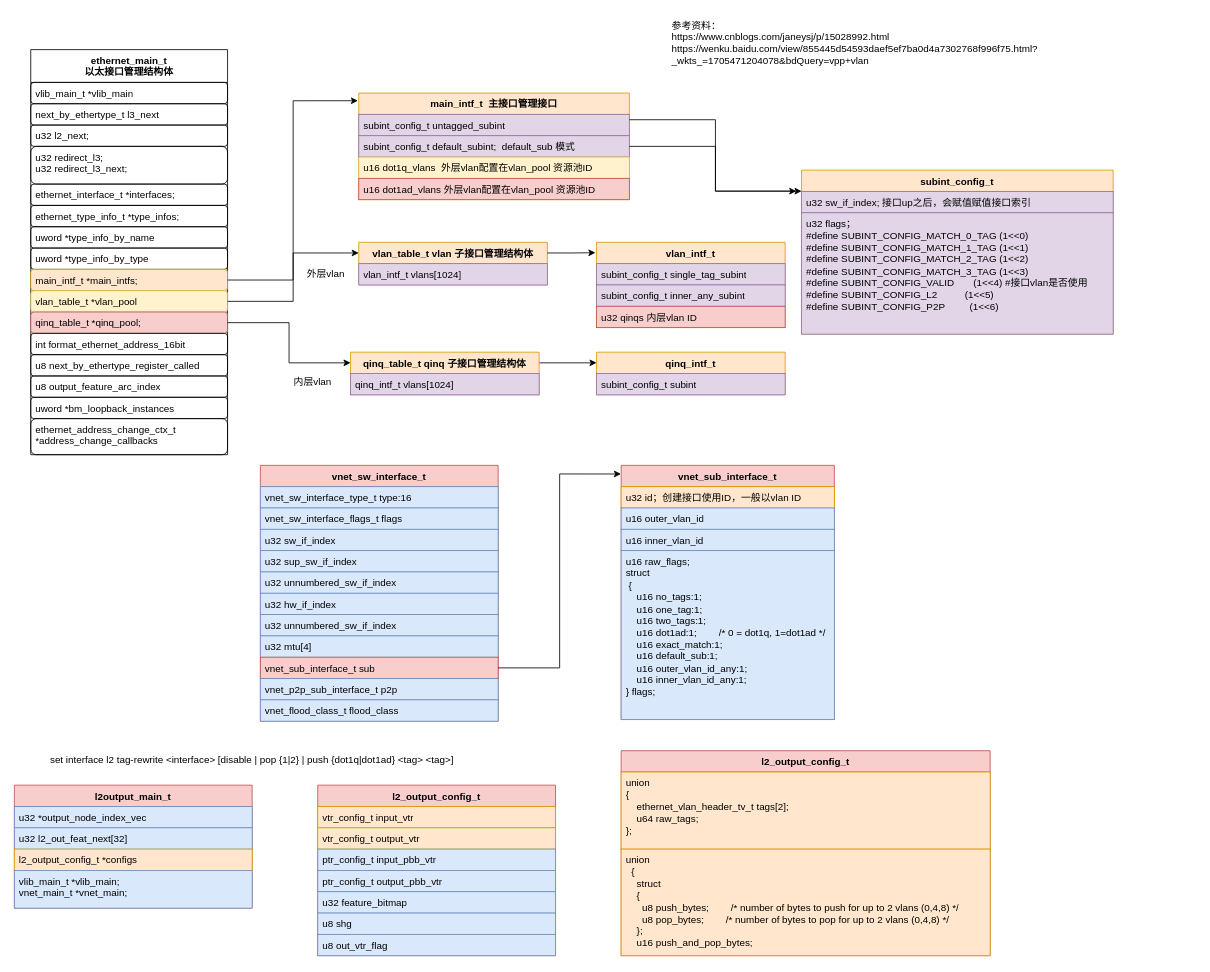
The draw.io diagram new_map/vlan_qinq.drawio in jin13417/dpdk-vpp-learning, before the edit. Source tidied: cells renumbered, new cells numbered last; positions are measured from the earlier drawing's top-left corner, leaving out a move shared by most shapes. Both pictures are drawn from the tidied source at 82%, with x=0, y=0 at pixel (14, 14).
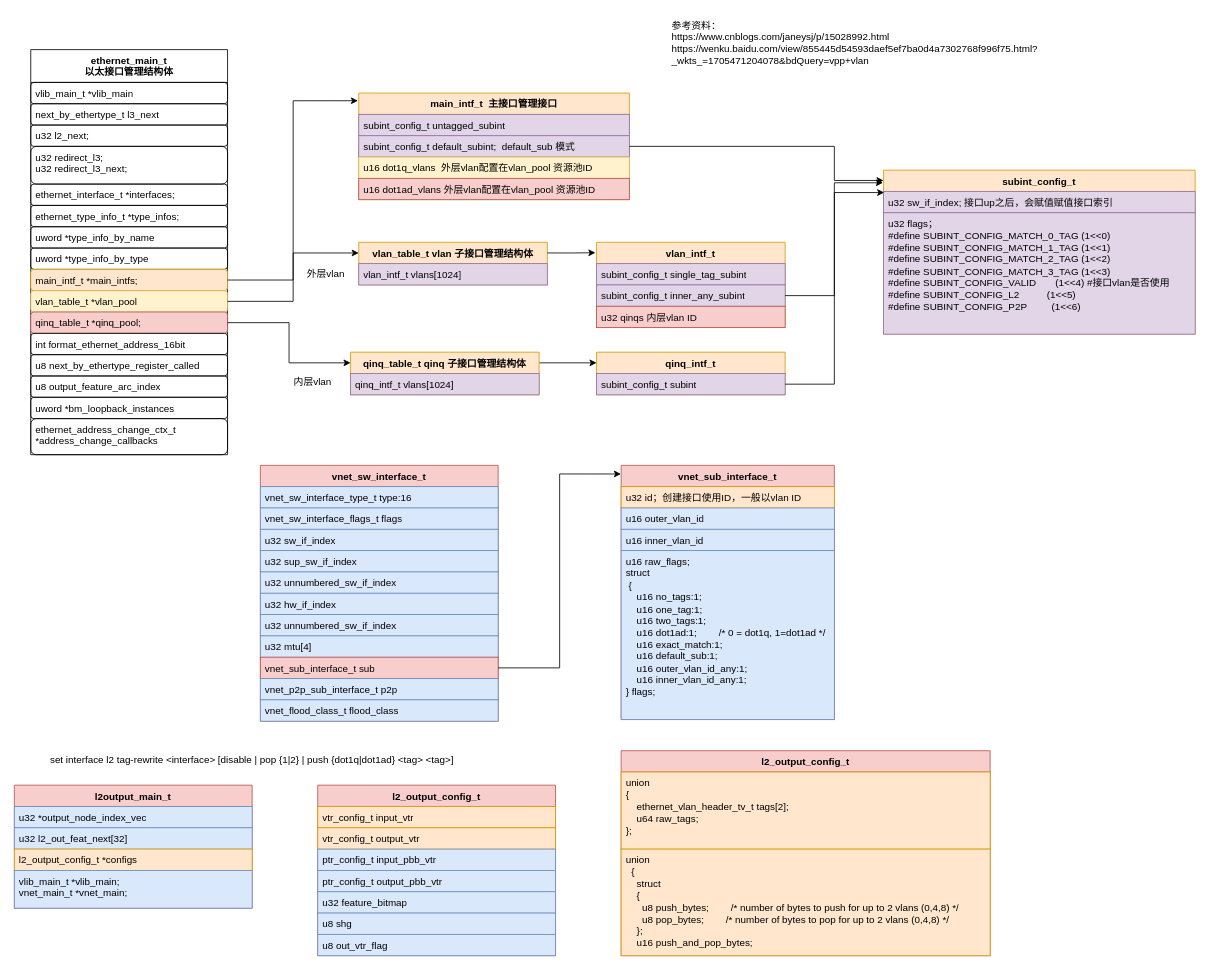
The same diagram, later.

Unchanged cells that the change refers to:
```xml
<mxCell id="19" value="main_intf_t&amp;nbsp; 主接口管理接口" style="swimlane;fontStyle=1;align=center;verticalAlign=top;horizontal=1;startSize=26;whiteSpace=wrap;html=1;fillColor=#ffe6cc;strokeColor=#d79b00;" parent="1" vertex="1">
  <mxGeometry x="420" y="96" width="330" height="130" as="geometry" />
</mxCell>
<mxCell id="21" value="subint_config_t default_subint;&amp;nbsp; default_sub 模式" style="text;strokeColor=#9673a6;fillColor=#e1d5e7;align=left;verticalAlign=top;spacingLeft=4;spacingRight=4;overflow=hidden;points=[[0,0.5],[1,0.5]];portConstraint=eastwest;whiteSpace=wrap;html=1;" parent="19" vertex="1">
  <mxGeometry y="52" width="330" height="26" as="geometry" />
</mxCell>
<mxCell id="31" value="subint_config_t inner_any_subint" style="text;strokeColor=#9673a6;fillColor=#e1d5e7;align=left;verticalAlign=top;spacingLeft=4;spacingRight=4;overflow=hidden;points=[[0,0.5],[1,0.5]];portConstraint=eastwest;whiteSpace=wrap;html=1;" parent="29" vertex="1">
  <mxGeometry y="52" width="230" height="26" as="geometry" />
</mxCell>
<mxCell id="34" value="subint_config_t subint" style="text;strokeColor=#9673a6;fillColor=#e1d5e7;align=left;verticalAlign=top;spacingLeft=4;spacingRight=4;overflow=hidden;points=[[0,0.5],[1,0.5]];portConstraint=eastwest;whiteSpace=wrap;html=1;" parent="33" vertex="1">
  <mxGeometry y="26" width="230" height="26" as="geometry" />
</mxCell>
<mxCell id="36" value="u32 sw_if_index; 接口up之后，会赋值赋值接口索引" style="text;strokeColor=#9673a6;fillColor=#e1d5e7;align=left;verticalAlign=top;spacingLeft=4;spacingRight=4;overflow=hidden;points=[[0,0.5],[1,0.5]];portConstraint=eastwest;whiteSpace=wrap;html=1;" parent="35" vertex="1">
  <mxGeometry y="26" width="380" height="26" as="geometry" />
</mxCell>
```

Change to the diagram source:
```diff
@@
     <mxCell id="35" value="subint_config_t" style="swimlane;fontStyle=1;align=center;verticalAlign=top;horizontal=1;startSize=26;whiteSpace=wrap;html=1;fillColor=#ffe6cc;strokeColor=#d79b00;" parent="1" vertex="1">
-      <mxGeometry x="960" y="190" width="380" height="200" as="geometry" />
+      <mxGeometry x="1060" y="190" width="380" height="200" as="geometry" />
     </mxCell>
@@
-    <mxCell id="42" style="edgeStyle=orthogonalEdgeStyle;rounded=0;jettySize=auto;html=1;exitX=1;exitY=0.25;exitDx=0;exitDy=0;entryX=-0.017;entryY=0.128;entryDx=0;entryDy=0;entryPerimeter=0;" parent="1" edge="1" source="19" target="35">
-      <mxGeometry relative="1" as="geometry" />
-    </mxCell>
-    <mxCell id="43" style="edgeStyle=orthogonalEdgeStyle;rounded=0;jettySize=auto;html=1;exitX=1;exitY=0.5;exitDx=0;exitDy=0;entryX=0;entryY=0.128;entryDx=0;entryDy=0;entryPerimeter=0;" parent="1" edge="1" source="19" target="35">
-      <mxGeometry relative="1" as="geometry" />
-    </mxCell>
@@
+    <mxCell id="82" style="edgeStyle=orthogonalEdgeStyle;rounded=0;jettySize=auto;html=1;exitX=1;exitY=0.5;exitDx=0;exitDy=0;entryX=0.002;entryY=0.051;entryDx=0;entryDy=0;entryPerimeter=0;" parent="1" edge="1" source="34" target="36">
+      <mxGeometry relative="1" as="geometry" />
+    </mxCell>
+    <mxCell id="83" style="edgeStyle=orthogonalEdgeStyle;rounded=0;jettySize=auto;html=1;exitX=1;exitY=0.5;exitDx=0;exitDy=0;entryX=-0.002;entryY=0.077;entryDx=0;entryDy=0;entryPerimeter=0;" parent="1" edge="1" source="31" target="35">
+      <mxGeometry relative="1" as="geometry" />
+    </mxCell>
+    <mxCell id="84" style="edgeStyle=orthogonalEdgeStyle;rounded=0;jettySize=auto;html=1;exitX=1;exitY=0.5;exitDx=0;exitDy=0;entryX=0;entryY=0.063;entryDx=0;entryDy=0;entryPerimeter=0;" parent="1" edge="1" source="21" target="35">
+      <mxGeometry relative="1" as="geometry">
+        <Array as="points">
+          <mxPoint x="1000" y="161" />
+          <mxPoint x="1000" y="203" />
+        </Array>
+      </mxGeometry>
+    </mxCell>
```
